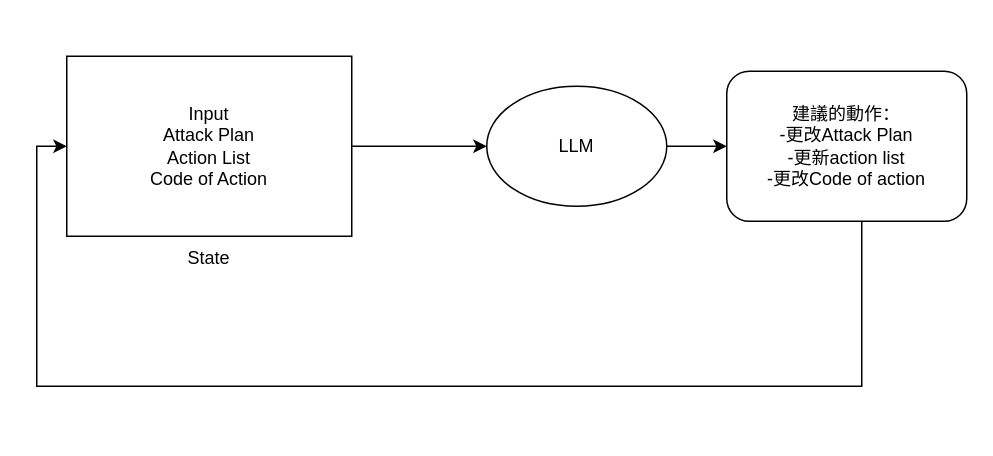
Before: Untitled Diagram.drawio in NicoaTheSix/VSCODE, a draw.io diagram. Source tidied: cells renumbered, new cells numbered last; positions are measured from the earlier drawing's top-left corner, leaving out a move shared by most shapes. Both pictures are drawn from the tidied source at 150%, with x=0, y=0 at pixel (36, 56).
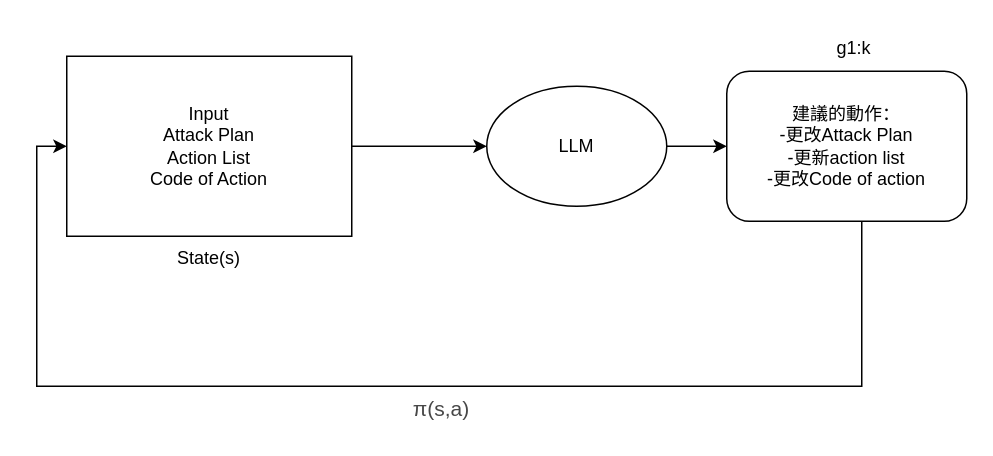
The same page after the edit.

Change to the diagram source:
```diff
@@
 <mxGraphModel>
   <root>
     <mxCell id="0" />
     <mxCell id="1" parent="0" />
     <mxCell id="2" style="group;" parent="1" vertex="1">
       <mxGeometry x="20" width="190" height="150" as="geometry" />
     </mxCell>
     <mxCell id="3" value="&lt;div&gt;Input&lt;/div&gt;Attack Plan&lt;div&gt;Action List&lt;/div&gt;&lt;div&gt;Code of Action&lt;/div&gt;" style="rounded=0;whiteSpace=wrap;html=1;" parent="2" vertex="1">
       <mxGeometry width="190" height="120" as="geometry" />
     </mxCell>
-    <mxCell id="4" value="State" style="text;html=1;align=center;verticalAlign=middle;whiteSpace=wrap;rounded=0;" parent="2" vertex="1">
+    <mxCell id="4" value="State(s)" style="text;html=1;align=center;verticalAlign=middle;whiteSpace=wrap;rounded=0;" parent="2" vertex="1">
       <mxGeometry y="120" width="190" height="30" as="geometry" />
     </mxCell>
     <mxCell id="5" style="edgeStyle=orthogonalEdgeStyle;rounded=0;jettySize=auto;html=1;" parent="1" edge="1" source="6" target="9">
       <mxGeometry relative="1" as="geometry" />
     </mxCell>
     <mxCell id="6" value="LLM" style="ellipse;whiteSpace=wrap;html=1;" parent="1" vertex="1">
       <mxGeometry x="300" y="20" width="120" height="80" as="geometry" />
     </mxCell>
     <mxCell id="7" style="edgeStyle=orthogonalEdgeStyle;rounded=0;jettySize=auto;html=1;" parent="1" edge="1" source="3" target="6">
       <mxGeometry relative="1" as="geometry" />
     </mxCell>
     <mxCell id="8" style="edgeStyle=orthogonalEdgeStyle;rounded=0;jettySize=auto;html=1;entryX=0;entryY=0.5;entryDx=0;entryDy=0;" parent="1" edge="1" source="9" target="3">
       <mxGeometry relative="1" as="geometry">
         <Array as="points">
           <mxPoint x="550" y="220" />
           <mxPoint y="220" />
           <mxPoint y="60" />
         </Array>
       </mxGeometry>
     </mxCell>
     <mxCell id="9" value="建議的動作：&lt;div&gt;-更改Attack Plan&lt;/div&gt;&lt;div&gt;-更新action list&lt;/div&gt;&lt;div&gt;-更改Code of action&lt;/div&gt;" style="rounded=1;whiteSpace=wrap;html=1;" parent="1" vertex="1">
       <mxGeometry x="460" y="10" width="160" height="100" as="geometry" />
     </mxCell>
+    <mxCell id="10" value="&lt;span style=&quot;color: rgb(71, 71, 71); font-family: Arial, sans-serif; font-size: 14px; text-align: left; background-color: rgb(255, 255, 255);&quot;&gt;π(s,a)&lt;/span&gt;" style="text;html=1;align=center;verticalAlign=middle;whiteSpace=wrap;rounded=0;" parent="1" vertex="1">
+      <mxGeometry x="240" y="220" width="60" height="30" as="geometry" />
+    </mxCell>
+    <mxCell id="11" value="g1:k" style="text;html=1;align=center;verticalAlign=middle;whiteSpace=wrap;rounded=0;" parent="1" vertex="1">
+      <mxGeometry x="500" y="-20" width="90" height="30" as="geometry" />
+    </mxCell>
   </root>
 </mxGraphModel>
```
